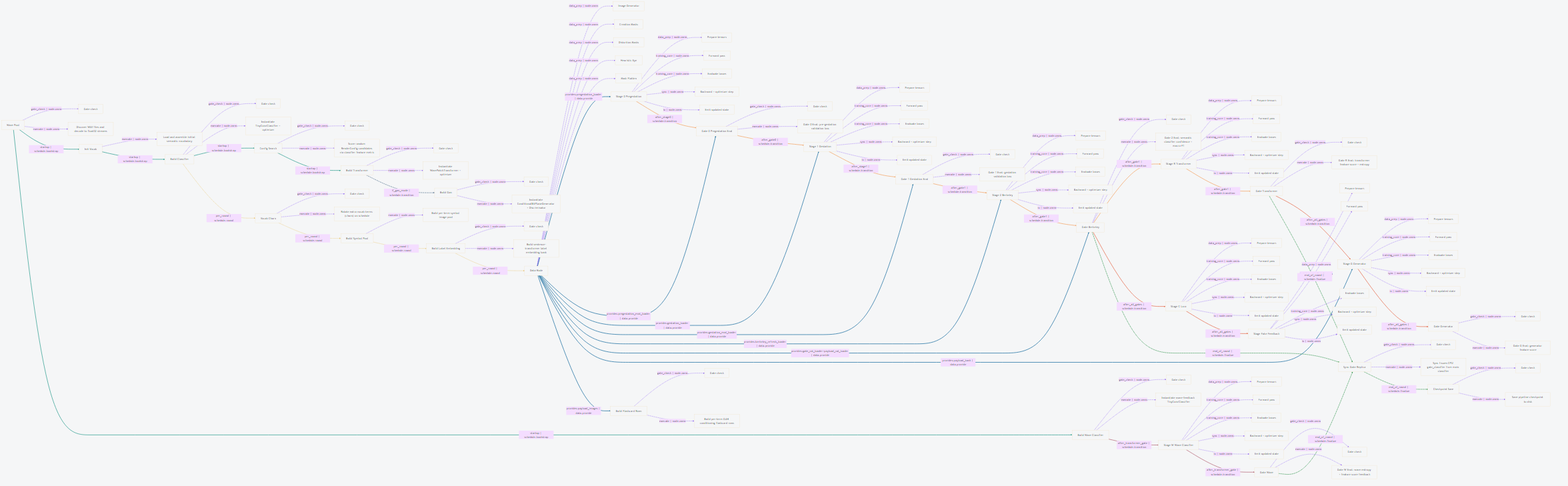
The Mermaid diagram docs/diagrams/stack_view_reaction.png in sangderenard/meta-nn, before a commit. Its source is kept beside it as docs/diagrams/stack_view_reaction.mmd.
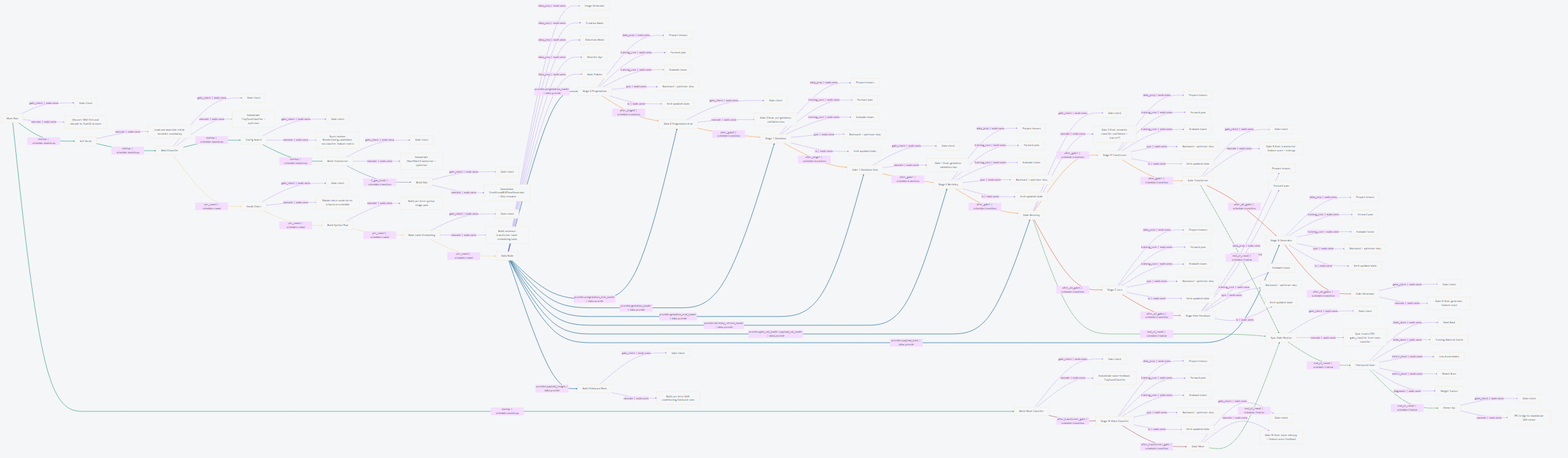
Above is the later version.

Diff of the diagram source:
```diff
@@ -107,8 +107,14 @@
     sync_gate_replica__should_run["Gate check"]
     sync_gate_replica__execute["Sync frozen CPU gate_classifier from main classifier"]
     checkpoint_save["Checkpoint Save"]
-    checkpoint_save__should_run["Gate check"]
-    checkpoint_save__execute["Save pipeline checkpoint to disk"]
+    seed_bank["Seed Bank"]
+    training_cache["Training Material Cache"]
+    loss_accumulator["Loss Accumulator"]
+    result_store["Result Store"]
+    weight_tracker["Weight Tracker"]
+    viewer_ipc["Viewer Ipc"]
+    viewer_ipc__should_run["Gate check"]
+    viewer_ipc__execute["IPC bridge to standalone GUI viewer"]
 
     wave_pool -- "gate_check | node.owns" --> wave_pool__should_run
     wave_pool -- "execute | node.owns" --> wave_pool__execute
@@ -189,8 +195,13 @@
     gate_wave -- "execute | node.owns" --> gate_wave__execute
     sync_gate_replica -- "gate_check | node.owns" --> sync_gate_replica__should_run
     sync_gate_replica -- "execute | node.owns" --> sync_gate_replica__execute
-    checkpoint_save -- "gate_check | node.owns" --> checkpoint_save__should_run
-    checkpoint_save -- "execute | node.owns" --> checkpoint_save__execute
+    checkpoint_save -- "state_store | node.owns" --> seed_bank
+    checkpoint_save -- "state_store | node.owns" --> training_cache
+    checkpoint_save -- "metric_store | node.owns" --> loss_accumulator
+    checkpoint_save -- "metric_store | node.owns" --> result_store
+    checkpoint_save -- "diagnostic | node.owns" --> weight_tracker
+    viewer_ipc -- "gate_check | node.owns" --> viewer_ipc__should_run
+    viewer_ipc -- "execute | node.owns" --> viewer_ipc__execute
     wave_pool -- "startup | schedule.bootstrap" --> init_vocab
     init_vocab -- "startup | schedule.bootstrap" --> build_classifier
     build_classifier -- "startup | schedule.bootstrap" --> config_search
@@ -226,6 +237,7 @@
     gate_transformer -- "end_of_round | schedule.finalize" --> sync_gate_replica
     gate_berkeley -- "end_of_round | schedule.finalize" --> sync_gate_replica
     sync_gate_replica -- "end_of_round | schedule.finalize" --> checkpoint_save
+    checkpoint_save -- "end_of_round | schedule.finalize" --> viewer_ipc
 
     linkStyle 0 stroke:#8B5CF6,stroke-width:2px,opacity:0.85,stroke-dasharray:4 2;
     linkStyle 1 stroke:#8B5CF6,stroke-width:2px,opacity:0.85,stroke-dasharray:4 2;
@@ -308,38 +320,44 @@
     linkStyle 78 stroke:#8B5CF6,stroke-width:2px,opacity:0.85,stroke-dasharray:4 2;
     linkStyle 79 stroke:#8B5CF6,stroke-width:2px,opacity:0.85,stroke-dasharray:4 2;
     linkStyle 80 stroke:#8B5CF6,stroke-width:2px,opacity:0.85,stroke-dasharray:4 2;
-    linkStyle 81 stroke:#2A9D8F,stroke-width:3px,opacity:0.9,stroke-dasharray:0;
-    linkStyle 82 stroke:#2A9D8F,stroke-width:3px,opacity:0.9,stroke-dasharray:0;
-    linkStyle 83 stroke:#2A9D8F,stroke-width:3px,opacity:0.9,stroke-dasharray:0;
-    linkStyle 84 stroke:#2A9D8F,stroke-width:3px,opacity:0.9,stroke-dasharray:0;
-    linkStyle 85 stroke:#577590,stroke-width:3px,opacity:0.85,stroke-dasharray:8 3;
+    linkStyle 81 stroke:#8B5CF6,stroke-width:2px,opacity:0.85,stroke-dasharray:4 2;
+    linkStyle 82 stroke:#8B5CF6,stroke-width:2px,opacity:0.85,stroke-dasharray:4 2;
+    linkStyle 83 stroke:#8B5CF6,stroke-width:2px,opacity:0.85,stroke-dasharray:4 2;
+    linkStyle 84 stroke:#8B5CF6,stroke-width:2px,opacity:0.85,stroke-dasharray:4 2;
+    linkStyle 85 stroke:#8B5CF6,stroke-width:2px,opacity:0.85,stroke-dasharray:4 2;
     linkStyle 86 stroke:#2A9D8F,stroke-width:3px,opacity:0.9,stroke-dasharray:0;
-    linkStyle 87 stroke:#E9C46A,stroke-width:3px,opacity:0.9,stroke-dasharray:2 2;
-    linkStyle 88 stroke:#E9C46A,stroke-width:3px,opacity:0.9,stroke-dasharray:2 2;
-    linkStyle 89 stroke:#E9C46A,stroke-width:3px,opacity:0.9,stroke-dasharray:2 2;
-    linkStyle 90 stroke:#E9C46A,stroke-width:3px,opacity:0.9,stroke-dasharray:2 2;
-    linkStyle 91 stroke:#1D70A2,stroke-width:3px,opacity:0.95,stroke-dasharray:0;
-    linkStyle 92 stroke:#1D70A2,stroke-width:3px,opacity:0.95,stroke-dasharray:0;
-    linkStyle 93 stroke:#1D70A2,stroke-width:3px,opacity:0.95,stroke-dasharray:0;
-    linkStyle 94 stroke:#1D70A2,stroke-width:3px,opacity:0.95,stroke-dasharray:0;
-    linkStyle 95 stroke:#1D70A2,stroke-width:3px,opacity:0.95,stroke-dasharray:0;
+    linkStyle 87 stroke:#2A9D8F,stroke-width:3px,opacity:0.9,stroke-dasharray:0;
+    linkStyle 88 stroke:#2A9D8F,stroke-width:3px,opacity:0.9,stroke-dasharray:0;
+    linkStyle 89 stroke:#2A9D8F,stroke-width:3px,opacity:0.9,stroke-dasharray:0;
+    linkStyle 90 stroke:#577590,stroke-width:3px,opacity:0.85,stroke-dasharray:8 3;
+    linkStyle 91 stroke:#2A9D8F,stroke-width:3px,opacity:0.9,stroke-dasharray:0;
+    linkStyle 92 stroke:#E9C46A,stroke-width:3px,opacity:0.9,stroke-dasharray:2 2;
+    linkStyle 93 stroke:#E9C46A,stroke-width:3px,opacity:0.9,stroke-dasharray:2 2;
+    linkStyle 94 stroke:#E9C46A,stroke-width:3px,opacity:0.9,stroke-dasharray:2 2;
+    linkStyle 95 stroke:#E9C46A,stroke-width:3px,opacity:0.9,stroke-dasharray:2 2;
     linkStyle 96 stroke:#1D70A2,stroke-width:3px,opacity:0.95,stroke-dasharray:0;
     linkStyle 97 stroke:#1D70A2,stroke-width:3px,opacity:0.95,stroke-dasharray:0;
     linkStyle 98 stroke:#1D70A2,stroke-width:3px,opacity:0.95,stroke-dasharray:0;
-    linkStyle 99 stroke:#F4A261,stroke-width:3px,opacity:0.9,stroke-dasharray:0;
-    linkStyle 100 stroke:#F4A261,stroke-width:3px,opacity:0.9,stroke-dasharray:0;
-    linkStyle 101 stroke:#F4A261,stroke-width:3px,opacity:0.9,stroke-dasharray:0;
-    linkStyle 102 stroke:#F4A261,stroke-width:3px,opacity:0.9,stroke-dasharray:0;
-    linkStyle 103 stroke:#F4A261,stroke-width:3px,opacity:0.9,stroke-dasharray:0;
+    linkStyle 99 stroke:#1D70A2,stroke-width:3px,opacity:0.95,stroke-dasharray:0;
+    linkStyle 100 stroke:#1D70A2,stroke-width:3px,opacity:0.95,stroke-dasharray:0;
+    linkStyle 101 stroke:#1D70A2,stroke-width:3px,opacity:0.95,stroke-dasharray:0;
+    linkStyle 102 stroke:#1D70A2,stroke-width:3px,opacity:0.95,stroke-dasharray:0;
+    linkStyle 103 stroke:#1D70A2,stroke-width:3px,opacity:0.95,stroke-dasharray:0;
     linkStyle 104 stroke:#F4A261,stroke-width:3px,opacity:0.9,stroke-dasharray:0;
     linkStyle 105 stroke:#F4A261,stroke-width:3px,opacity:0.9,stroke-dasharray:0;
-    linkStyle 106 stroke:#E76F51,stroke-width:3px,opacity:0.95,stroke-dasharray:0;
-    linkStyle 107 stroke:#E76F51,stroke-width:3px,opacity:0.95,stroke-dasharray:0;
-    linkStyle 108 stroke:#E76F51,stroke-width:3px,opacity:0.95,stroke-dasharray:0;
-    linkStyle 109 stroke:#E76F51,stroke-width:3px,opacity:0.95,stroke-dasharray:0;
-    linkStyle 110 stroke:#B56576,stroke-width:3px,opacity:0.9,stroke-dasharray:0;
-    linkStyle 111 stroke:#B56576,stroke-width:3px,opacity:0.9,stroke-dasharray:0;
-    linkStyle 112 stroke:#2B9348,stroke-width:3px,opacity:0.9,stroke-dasharray:4 2;
-    linkStyle 113 stroke:#2B9348,stroke-width:3px,opacity:0.9,stroke-dasharray:4 2;
-    linkStyle 114 stroke:#2B9348,stroke-width:3px,opacity:0.9,stroke-dasharray:4 2;
-    linkStyle 115 stroke:#2B9348,stroke-width:3px,opacity:0.9,stroke-dasharray:4 2;
+    linkStyle 106 stroke:#F4A261,stroke-width:3px,opacity:0.9,stroke-dasharray:0;
+    linkStyle 107 stroke:#F4A261,stroke-width:3px,opacity:0.9,stroke-dasharray:0;
+    linkStyle 108 stroke:#F4A261,stroke-width:3px,opacity:0.9,stroke-dasharray:0;
+    linkStyle 109 stroke:#F4A261,stroke-width:3px,opacity:0.9,stroke-dasharray:0;
+    linkStyle 110 stroke:#F4A261,stroke-width:3px,opacity:0.9,stroke-dasharray:0;
+    linkStyle 111 stroke:#E76F51,stroke-width:3px,opacity:0.95,stroke-dasharray:0;
+    linkStyle 112 stroke:#E76F51,stroke-width:3px,opacity:0.95,stroke-dasharray:0;
+    linkStyle 113 stroke:#E76F51,stroke-width:3px,opacity:0.95,stroke-dasharray:0;
+    linkStyle 114 stroke:#E76F51,stroke-width:3px,opacity:0.95,stroke-dasharray:0;
+    linkStyle 115 stroke:#B56576,stroke-width:3px,opacity:0.9,stroke-dasharray:0;
+    linkStyle 116 stroke:#B56576,stroke-width:3px,opacity:0.9,stroke-dasharray:0;
+    linkStyle 117 stroke:#2B9348,stroke-width:3px,opacity:0.9,stroke-dasharray:4 2;
+    linkStyle 118 stroke:#2B9348,stroke-width:3px,opacity:0.9,stroke-dasharray:4 2;
+    linkStyle 119 stroke:#2B9348,stroke-width:3px,opacity:0.9,stroke-dasharray:4 2;
+    linkStyle 120 stroke:#2B9348,stroke-width:3px,opacity:0.9,stroke-dasharray:4 2;
+    linkStyle 121 stroke:#2B9348,stroke-width:3px,opacity:0.9,stroke-dasharray:4 2;
```
